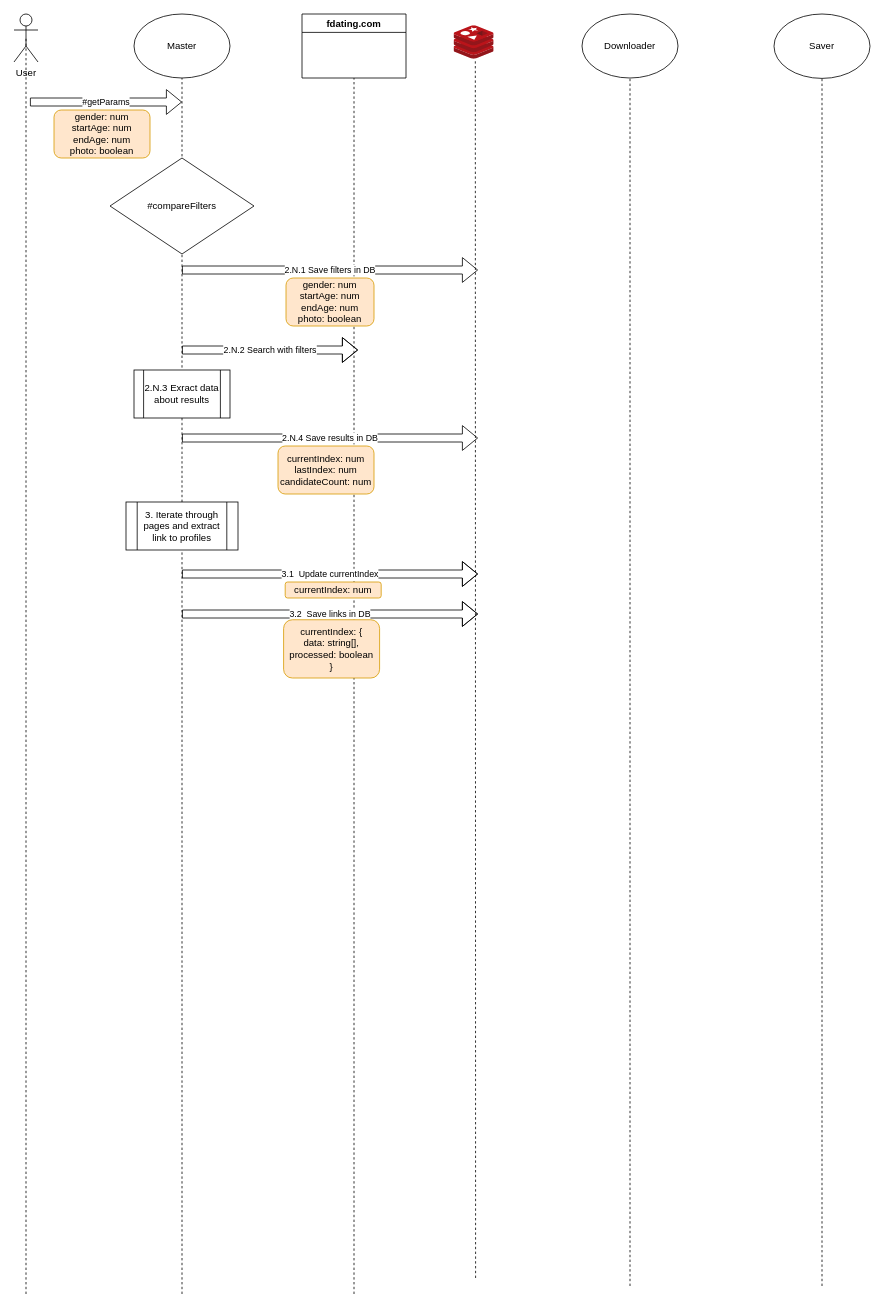
Earlier version of the draw.io diagram diagrams/architecture.drawio (Kal9Isa/fdating-profile-collector). Source tidied: cells renumbered, new cells numbered last; positions are measured from the earlier drawing's top-left corner, leaving out a move shared by most shapes. Both pictures are drawn from the tidied source at 80%, with x=0, y=0 at pixel (14, 14).
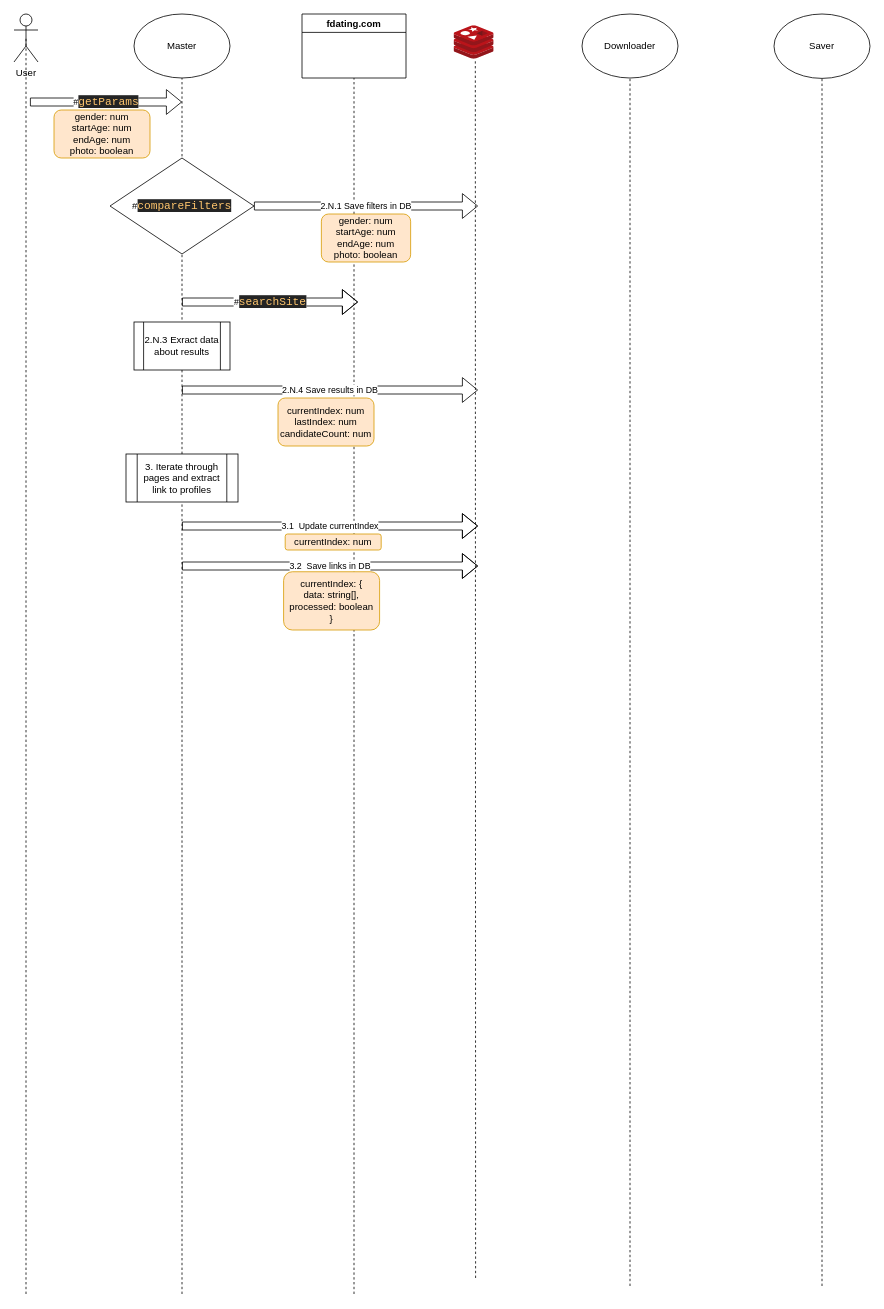
After the change.

Commit message:
linked code to diagrams

Diff of the diagram source:
```diff
@@
-    <mxCell id="20" value="#compareFilters" style="rhombus;whiteSpace=wrap;html=1;" parent="1" vertex="1">
+    <mxCell id="20" value="#&lt;span style=&quot;color: rgb(255 , 198 , 109) ; background-color: rgb(36 , 36 , 36) ; font-family: &amp;#34;droid sans mono&amp;#34; , monospace , monospace , &amp;#34;droid sans fallback&amp;#34; ; font-size: 14px&quot;&gt;compareFilters&lt;/span&gt;" style="rhombus;whiteSpace=wrap;html=1;" parent="1" vertex="1">
       <mxGeometry x="120" y="180" width="180" height="120" as="geometry" />
     </mxCell>
-    <mxCell id="21" value="2.N.2 Search with filters" style="shape=flexArrow;endArrow=classic;html=1;" parent="1" edge="1">
+    <mxCell id="21" value="#&lt;span style=&quot;color: rgb(255 , 198 , 109) ; background-color: rgb(36 , 36 , 36) ; font-family: &amp;#34;droid sans mono&amp;#34; , monospace , monospace , &amp;#34;droid sans fallback&amp;#34; ; font-size: 14px&quot;&gt;searchSite&lt;/span&gt;" style="shape=flexArrow;endArrow=classic;html=1;" parent="1" edge="1">
       <mxGeometry relative="1" as="geometry">
-        <mxPoint x="210" y="420" as="sourcePoint" />
-        <mxPoint x="430" y="420" as="targetPoint" />
+        <mxPoint x="210" y="360" as="sourcePoint" />
+        <mxPoint x="430" y="360" as="targetPoint" />
         <Array as="points">
-          <mxPoint x="340" y="420" />
+          <mxPoint x="340" y="360" />
         </Array>
       </mxGeometry>
     </mxCell>
     <mxCell id="22" value="2.N.3 Exract data about results" style="shape=process;whiteSpace=wrap;html=1;backgroundOutline=1;" parent="1" vertex="1">
-      <mxGeometry x="150" y="445" width="120" height="60" as="geometry" />
+      <mxGeometry x="150" y="385" width="120" height="60" as="geometry" />
     </mxCell>
     <mxCell id="23" style="group;" parent="1" vertex="1">
-      <mxGeometry x="210" y="530" width="370" height="70" as="geometry" />
+      <mxGeometry x="210" y="470" width="370" height="70" as="geometry" />
     </mxCell>
@@
     <mxCell id="26" value="3. Iterate through pages and extract link to profiles" style="shape=process;whiteSpace=wrap;html=1;backgroundOutline=1;" parent="1" vertex="1">
-      <mxGeometry x="140" y="610" width="140" height="60" as="geometry" />
+      <mxGeometry x="140" y="550" width="140" height="60" as="geometry" />
     </mxCell>
     <mxCell id="27" style="group;" parent="1" vertex="1">
-      <mxGeometry x="339" y="700" width="120" height="30" as="geometry" />
+      <mxGeometry x="339" y="640" width="120" height="30" as="geometry" />
     </mxCell>
@@
     <mxCell id="30" style="group;" parent="1" vertex="1">
-      <mxGeometry x="337" y="750" width="120" height="80" as="geometry" />
+      <mxGeometry x="337" y="690" width="120" height="80" as="geometry" />
     </mxCell>
@@
     <mxCell id="33" style="group;" parent="1" vertex="1">
-      <mxGeometry x="210" y="320" width="370" height="70" as="geometry" />
+      <mxGeometry x="300" y="240" width="280" height="70" as="geometry" />
     </mxCell>
     <mxCell id="34" value="&lt;font color=&quot;#000000&quot;&gt;gender: num&lt;br&gt;startAge: num&lt;br&gt;endAge: num&lt;br&gt;photo: boolean&lt;br&gt;&lt;/font&gt;" style="rounded=1;whiteSpace=wrap;html=1;fillColor=#ffe6cc;strokeColor=#d79b00;" parent="33" vertex="1">
-      <mxGeometry x="130" y="10" width="110" height="60" as="geometry" />
+      <mxGeometry x="84.2" y="10" width="111.6" height="60" as="geometry" />
     </mxCell>
     <mxCell id="35" value="2.N.1 Save filters in DB" style="shape=flexArrow;endArrow=classic;html=1;" parent="33" edge="1">
       <mxGeometry relative="1" as="geometry">
         <mxPoint as="sourcePoint" />
-        <mxPoint x="370" as="targetPoint" />
+        <mxPoint x="280" as="targetPoint" />
       </mxGeometry>
     </mxCell>
@@
-    <mxCell id="37" value="#getParams" style="shape=flexArrow;endArrow=classic;html=1;" parent="1" edge="1">
+    <mxCell id="37" value="#&lt;span style=&quot;color: rgb(255 , 198 , 109) ; background-color: rgb(36 , 36 , 36) ; font-family: &amp;#34;droid sans mono&amp;#34; , monospace , monospace , &amp;#34;droid sans fallback&amp;#34; ; font-size: 14px&quot;&gt;getParams&lt;/span&gt;" style="shape=flexArrow;endArrow=classic;html=1;" parent="1" edge="1">
       <mxGeometry x="70" y="150" as="geometry">
         <mxPoint x="20" y="110" as="sourcePoint" />
         <mxPoint x="210" y="110" as="targetPoint" />
       </mxGeometry>
     </mxCell>
```
